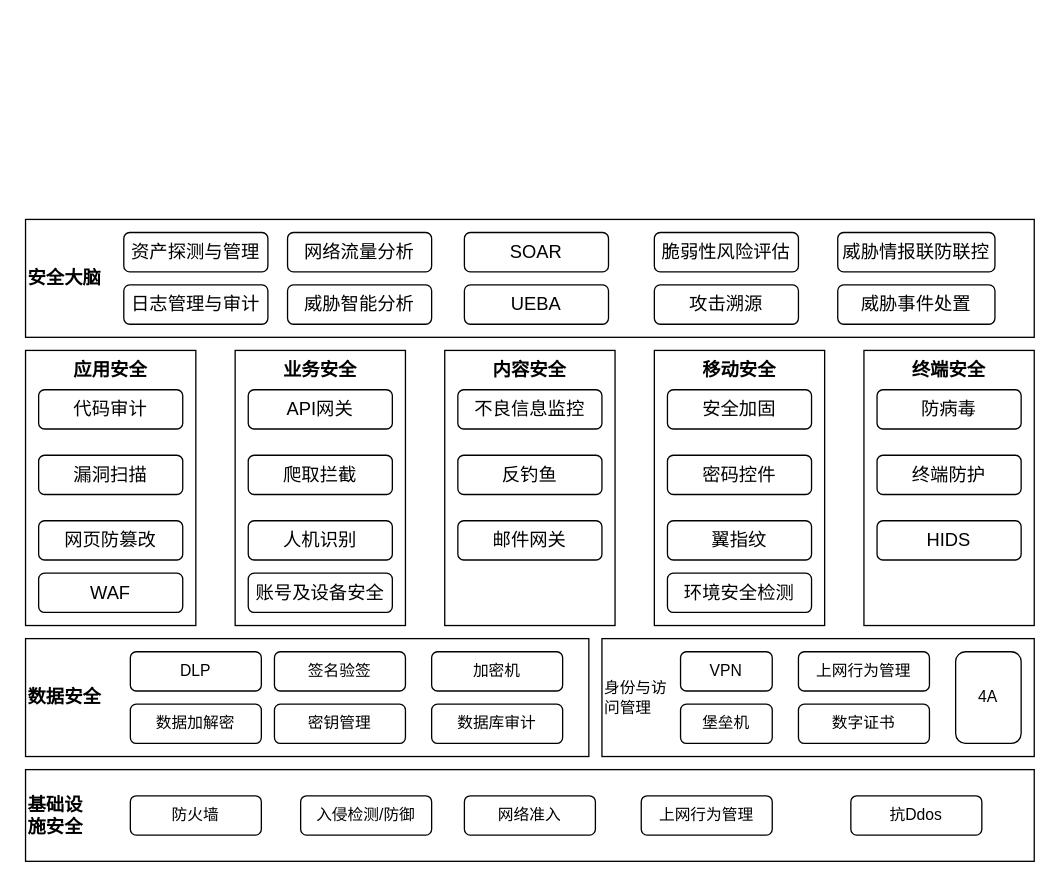
The draw.io diagram 企业安全架构图.drawio in liujianqun/draw, before the edit. Source tidied: cells renumbered, new cells numbered last; positions are measured from the earlier drawing's top-left corner, leaving out a move shared by most shapes. Both pictures are drawn from the tidied source at 131%, with x=0, y=0 at pixel (25, 219).
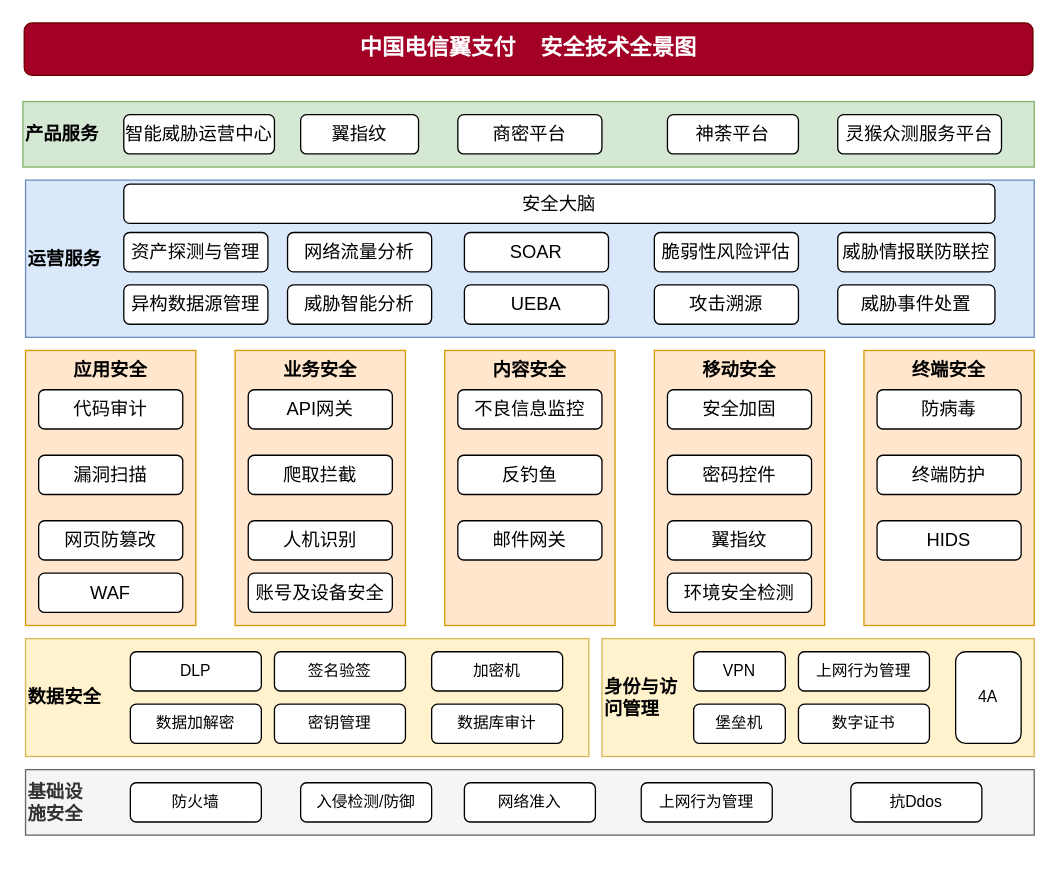
After the change.

Commit message (it also covers changes not shown here):
Update 企业安全架构图.drawio

Change to the diagram source:
```diff
@@
-    <mxCell id="2" value="数据安全" style="rounded=0;whiteSpace=wrap;html=1;align=left;fontStyle=1;fontSize=14;" parent="1" vertex="1">
+    <mxCell id="2" value="数据安全" style="rounded=0;whiteSpace=wrap;html=1;align=left;fontStyle=1;fontSize=14;fillColor=#fff2cc;strokeColor=#d6b656;" parent="1" vertex="1">
       <mxGeometry y="320" width="430" height="90" as="geometry" />
     </mxCell>
-    <mxCell id="3" value="基础设&lt;br&gt;施安全" style="rounded=0;whiteSpace=wrap;html=1;align=left;fontStyle=1;fontSize=14;" parent="1" vertex="1">
-      <mxGeometry y="420" width="770" height="70" as="geometry" />
+    <mxCell id="3" value="基础设&lt;br&gt;施安全" style="rounded=0;whiteSpace=wrap;html=1;align=left;fontStyle=1;fontSize=14;fillColor=#f5f5f5;strokeColor=#666666;fontColor=#333333;" parent="1" vertex="1">
+      <mxGeometry y="420" width="770" height="50" as="geometry" />
     </mxCell>
@@
-    <mxCell id="6" value="身份与访&lt;br&gt;问管理" style="rounded=0;whiteSpace=wrap;html=1;align=left;" parent="1" vertex="1">
+    <mxCell id="6" value="身份与访&lt;br style=&quot;font-size: 14px;&quot;&gt;问管理" style="rounded=0;whiteSpace=wrap;html=1;align=left;fillColor=#fff2cc;strokeColor=#d6b656;sketch=0;shadow=0;fontSize=14;fontStyle=1;" parent="1" vertex="1">
       <mxGeometry x="440" y="320" width="330" height="90" as="geometry" />
     </mxCell>
     <mxCell id="7" value="VPN" style="rounded=1;whiteSpace=wrap;html=1;align=center;" parent="1" vertex="1">
-      <mxGeometry x="500" y="330" width="70" height="30" as="geometry" />
+      <mxGeometry x="510" y="330" width="70" height="30" as="geometry" />
     </mxCell>
@@
     <mxCell id="13" value="堡垒机" style="rounded=1;whiteSpace=wrap;html=1;align=center;" parent="1" vertex="1">
-      <mxGeometry x="500" y="370" width="70" height="30" as="geometry" />
+      <mxGeometry x="510" y="370" width="70" height="30" as="geometry" />
     </mxCell>
@@
     <mxCell id="16" value="防火墙" style="rounded=1;whiteSpace=wrap;html=1;align=center;" parent="1" vertex="1">
-      <mxGeometry x="80" y="440" width="100" height="30" as="geometry" />
+      <mxGeometry x="80" y="430" width="100" height="30" as="geometry" />
     </mxCell>
     <mxCell id="17" value="入侵检测/防御" style="rounded=1;whiteSpace=wrap;html=1;align=center;" parent="1" vertex="1">
-      <mxGeometry x="210" y="440" width="100" height="30" as="geometry" />
+      <mxGeometry x="210" y="430" width="100" height="30" as="geometry" />
     </mxCell>
     <mxCell id="18" value="网络准入" style="rounded=1;whiteSpace=wrap;html=1;align=center;" parent="1" vertex="1">
-      <mxGeometry x="335" y="440" width="100" height="30" as="geometry" />
+      <mxGeometry x="335" y="430" width="100" height="30" as="geometry" />
     </mxCell>
     <mxCell id="19" value="上网行为管理" style="rounded=1;whiteSpace=wrap;html=1;align=center;" parent="1" vertex="1">
-      <mxGeometry x="470" y="440" width="100" height="30" as="geometry" />
+      <mxGeometry x="470" y="430" width="100" height="30" as="geometry" />
     </mxCell>
     <mxCell id="20" value="抗Ddos" style="rounded=1;whiteSpace=wrap;html=1;align=center;" parent="1" vertex="1">
-      <mxGeometry x="630" y="440" width="100" height="30" as="geometry" />
+      <mxGeometry x="630" y="430" width="100" height="30" as="geometry" />
     </mxCell>
-    <mxCell id="21" value="应用安全" style="rounded=0;whiteSpace=wrap;html=1;align=center;verticalAlign=top;fontStyle=1;fontSize=14;" parent="1" vertex="1">
+    <mxCell id="21" value="应用安全" style="rounded=0;whiteSpace=wrap;html=1;align=center;verticalAlign=top;fontStyle=1;fontSize=14;fillColor=#ffe6cc;strokeColor=#d79b00;" parent="1" vertex="1">
       <mxGeometry y="100" width="130" height="210" as="geometry" />
     </mxCell>
@@
-    <mxCell id="26" value="业务安全" style="rounded=0;whiteSpace=wrap;html=1;align=center;verticalAlign=top;fontStyle=1;fontSize=14;" parent="1" vertex="1">
+    <mxCell id="26" value="业务安全" style="rounded=0;whiteSpace=wrap;html=1;align=center;verticalAlign=top;fontStyle=1;fontSize=14;fillColor=#ffe6cc;strokeColor=#d79b00;" parent="1" vertex="1">
       <mxGeometry x="160" y="100" width="130" height="210" as="geometry" />
     </mxCell>
@@
-    <mxCell id="31" value="内容安全" style="rounded=0;whiteSpace=wrap;html=1;align=center;verticalAlign=top;fontStyle=1;fontSize=14;" parent="1" vertex="1">
+    <mxCell id="31" value="内容安全" style="rounded=0;whiteSpace=wrap;html=1;align=center;verticalAlign=top;fontStyle=1;fontSize=14;fillColor=#ffe6cc;strokeColor=#d79b00;" parent="1" vertex="1">
       <mxGeometry x="320" y="100" width="130" height="210" as="geometry" />
     </mxCell>
@@
-    <mxCell id="35" value="移动安全" style="rounded=0;whiteSpace=wrap;html=1;align=center;verticalAlign=top;fontStyle=1;fontSize=14;" parent="1" vertex="1">
+    <mxCell id="35" value="移动安全" style="rounded=0;whiteSpace=wrap;html=1;align=center;verticalAlign=top;fontStyle=1;fontSize=14;fillColor=#ffe6cc;strokeColor=#d79b00;" parent="1" vertex="1">
       <mxGeometry x="480" y="100" width="130" height="210" as="geometry" />
     </mxCell>
@@
-    <mxCell id="40" value="终端安全" style="rounded=0;whiteSpace=wrap;html=1;align=center;verticalAlign=top;fontStyle=1;fontSize=14;" parent="1" vertex="1">
+    <mxCell id="40" value="终端安全" style="rounded=0;whiteSpace=wrap;html=1;align=center;verticalAlign=top;fontStyle=1;fontSize=14;fillColor=#ffe6cc;strokeColor=#d79b00;" parent="1" vertex="1">
       <mxGeometry x="640" y="100" width="130" height="210" as="geometry" />
     </mxCell>
@@
-    <mxCell id="44" value="安全大脑" style="rounded=0;whiteSpace=wrap;html=1;fontSize=14;align=left;fontStyle=1;" parent="1" vertex="1">
-      <mxGeometry width="770" height="90" as="geometry" />
+    <mxCell id="44" value="运营服务" style="rounded=0;whiteSpace=wrap;html=1;fontSize=14;align=left;fontStyle=1;fillColor=#dae8fc;strokeColor=#6c8ebf;" parent="1" vertex="1">
+      <mxGeometry y="-30" width="770" height="120" as="geometry" />
     </mxCell>
@@
-    <mxCell id="50" value="日志管理与审计" style="rounded=1;whiteSpace=wrap;html=1;fontSize=14;align=center;" parent="1" vertex="1">
+    <mxCell id="50" value="异构数据源管理" style="rounded=1;whiteSpace=wrap;html=1;fontSize=14;align=center;" parent="1" vertex="1">
       <mxGeometry x="75" y="50" width="110" height="30" as="geometry" />
     </mxCell>
@@
+    <mxCell id="55" value="中国电信翼支付&amp;nbsp; &amp;nbsp; 安全技术全景图" style="rounded=1;whiteSpace=wrap;html=1;fontSize=17;align=center;fontStyle=1;fillColor=#a20025;strokeColor=#6F0000;fontColor=#ffffff;" parent="1" vertex="1">
+      <mxGeometry x="-1" y="-150" width="770" height="40" as="geometry" />
+    </mxCell>
+    <mxCell id="56" value="产品服务" style="rounded=0;whiteSpace=wrap;html=1;fontSize=14;align=left;fontStyle=1;fillColor=#d5e8d4;strokeColor=#82b366;" parent="1" vertex="1">
+      <mxGeometry x="-2" y="-90" width="772" height="50" as="geometry" />
+    </mxCell>
+    <mxCell id="57" value="灵猴众测服务平台" style="rounded=1;whiteSpace=wrap;html=1;fontSize=14;align=center;" parent="1" vertex="1">
+      <mxGeometry x="620" y="-80" width="125" height="30" as="geometry" />
+    </mxCell>
+    <mxCell id="58" value="商密平台" style="rounded=1;whiteSpace=wrap;html=1;fontSize=14;align=center;" parent="1" vertex="1">
+      <mxGeometry x="330" y="-80" width="110" height="30" as="geometry" />
+    </mxCell>
+    <mxCell id="59" value="翼指纹" style="rounded=1;whiteSpace=wrap;html=1;fontSize=14;align=center;" parent="1" vertex="1">
+      <mxGeometry x="210" y="-80" width="90" height="30" as="geometry" />
+    </mxCell>
+    <mxCell id="60" value="安全大脑" style="rounded=1;whiteSpace=wrap;html=1;fontSize=14;align=center;" parent="1" vertex="1">
+      <mxGeometry x="75" y="-27" width="665" height="30" as="geometry" />
+    </mxCell>
+    <mxCell id="61" value="神荼平台" style="rounded=1;whiteSpace=wrap;html=1;fontSize=14;align=center;" parent="1" vertex="1">
+      <mxGeometry x="490" y="-80" width="100" height="30" as="geometry" />
+    </mxCell>
+    <mxCell id="62" value="智能威胁运营中心" style="rounded=1;whiteSpace=wrap;html=1;fontSize=14;align=center;" parent="1" vertex="1">
+      <mxGeometry x="75" y="-80" width="115" height="30" as="geometry" />
+    </mxCell>
```
